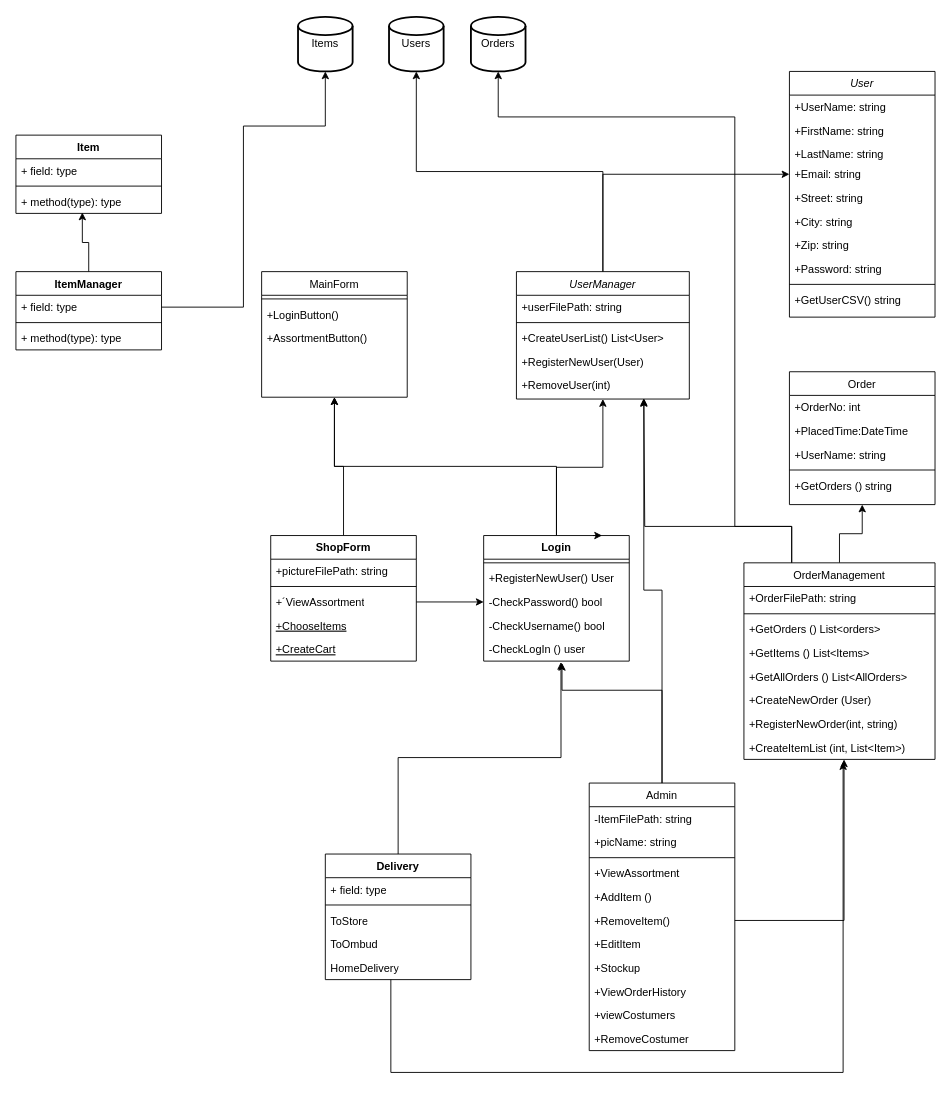
The draw.io diagram Klassschema/OnlineAffär.drawio in TobiasGoransson/SOS23Fashion, before the edit. Source tidied: cells renumbered, new cells numbered last; positions are measured from the earlier drawing's top-left corner, leaving out a move shared by most shapes. Both pictures are drawn from the tidied source at 91%, with x=0, y=0 at pixel (15, 16).
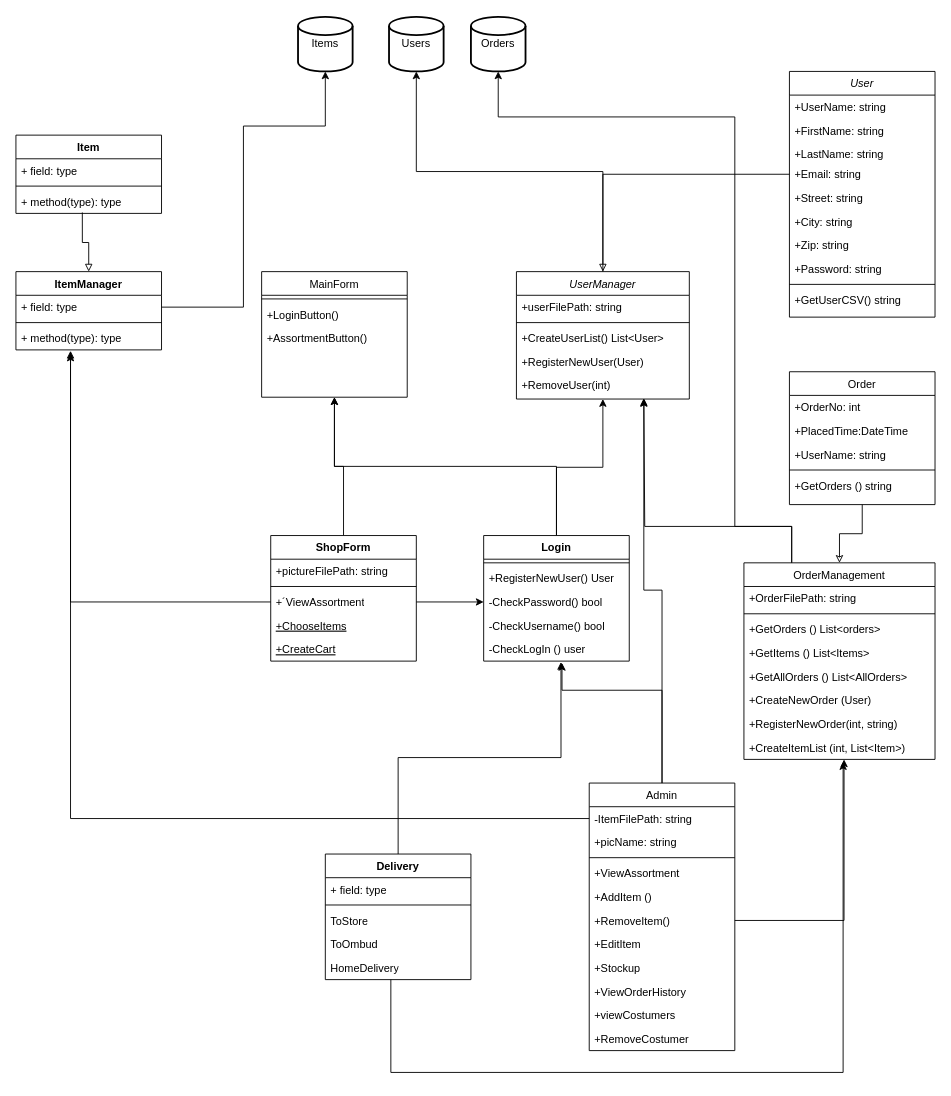
After the change.

The change refers to these unchanged cells:
```xml
<mxCell id="6" value="+Email: string" style="text;align=left;verticalAlign=top;spacingLeft=4;spacingRight=4;overflow=hidden;points=[[0,0.5],[1,0.5]];portConstraint=eastwest;rounded=0;shadow=0;html=0;" parent="2" vertex="1">
  <mxGeometry y="100" width="160" height="26" as="geometry" />
</mxCell>
<mxCell id="18" value="-ItemFilePath: string" style="text;align=left;verticalAlign=top;spacingLeft=4;spacingRight=4;overflow=hidden;points=[[0,0.5],[1,0.5]];portConstraint=eastwest;" parent="17" vertex="1">
  <mxGeometry y="26" width="160" height="26" as="geometry" />
</mxCell>
<mxCell id="31" value="OrderManagement" style="swimlane;fontStyle=0;align=center;verticalAlign=top;horizontal=1;startSize=26;rounded=0;shadow=0;strokeWidth=1;" parent="1" vertex="1">
  <mxGeometry x="800" y="600" width="210" height="216" as="geometry" />
</mxCell>
<mxCell id="50" value="+´ViewAssortment" style="text;strokeColor=none;fillColor=none;align=left;verticalAlign=top;spacingLeft=4;spacingRight=4;overflow=hidden;points=[[0,0.5],[1,0.5]];portConstraint=eastwest;whiteSpace=wrap;html=1;" parent="47" vertex="1">
  <mxGeometry y="60" width="160" height="26" as="geometry" />
</mxCell>
<mxCell id="53" value="Order" style="swimlane;fontStyle=0;align=center;verticalAlign=top;horizontal=1;startSize=26;rounded=0;shadow=0;strokeWidth=1;" parent="1" vertex="1">
  <mxGeometry x="850" y="390" width="160" height="146" as="geometry" />
</mxCell>
<mxCell id="60" value="UserManager" style="swimlane;fontStyle=2;align=center;verticalAlign=top;horizontal=1;startSize=26;rounded=0;shadow=0;strokeWidth=1;" parent="1" vertex="1">
  <mxGeometry x="550" y="280" width="190" height="140" as="geometry" />
</mxCell>
<mxCell id="68" value="Login" style="swimlane;fontStyle=1;align=center;verticalAlign=top;horizontal=1;startSize=26;whiteSpace=wrap;html=1;" parent="1" vertex="1">
  <mxGeometry x="514" y="570" width="160" height="138" as="geometry" />
</mxCell>
<mxCell id="89" value="+ method(type): type" style="text;strokeColor=none;fillColor=none;align=left;verticalAlign=top;spacingLeft=4;spacingRight=4;overflow=hidden;points=[[0,0.5],[1,0.5]];portConstraint=eastwest;whiteSpace=wrap;html=1;" parent="86" vertex="1">
  <mxGeometry y="60" width="160" height="26" as="geometry" />
</mxCell>
<mxCell id="90" value="ItemManager" style="swimlane;fontStyle=1;align=center;verticalAlign=top;horizontal=1;startSize=26;whiteSpace=wrap;html=1;" parent="1" vertex="1">
  <mxGeometry y="280" width="160" height="86" as="geometry" />
</mxCell>
<mxCell id="93" value="+ method(type): type" style="text;strokeColor=none;fillColor=none;align=left;verticalAlign=top;spacingLeft=4;spacingRight=4;overflow=hidden;points=[[0,0.5],[1,0.5]];portConstraint=eastwest;whiteSpace=wrap;html=1;" parent="90" vertex="1">
  <mxGeometry y="60" width="160" height="26" as="geometry" />
</mxCell>
```

Diff of the diagram source:
```diff
@@
-    <mxCell id="29" style="edgeStyle=orthogonalEdgeStyle;rounded=0;jettySize=auto;html=1;exitX=0.5;exitY=0;exitDx=0;exitDy=0;entryX=0.5;entryY=1;entryDx=0;entryDy=0;" parent="1" edge="1" source="31" target="53">
+    <mxCell id="29" style="edgeStyle=orthogonalEdgeStyle;rounded=0;jettySize=auto;html=1;exitX=0.5;exitY=0;exitDx=0;exitDy=0;entryX=0.5;entryY=1;entryDx=0;entryDy=0;endArrow=none;endFill=0;startArrow=classic;startFill=0;" parent="1" edge="1" source="31" target="53">
       <mxGeometry relative="1" as="geometry" />
     </mxCell>
@@
-    <mxCell id="59" style="edgeStyle=orthogonalEdgeStyle;rounded=0;jettySize=auto;html=1;exitX=0.5;exitY=0;exitDx=0;exitDy=0;entryX=0;entryY=0.5;entryDx=0;entryDy=0;" parent="1" edge="1" source="60" target="6">
+    <mxCell id="59" style="edgeStyle=orthogonalEdgeStyle;rounded=0;jettySize=auto;html=1;exitX=0.5;exitY=0;exitDx=0;exitDy=0;entryX=0;entryY=0.5;entryDx=0;entryDy=0;endArrow=none;endFill=0;startArrow=block;startFill=0;" parent="1" edge="1" source="60" target="6">
       <mxGeometry relative="1" as="geometry" />
     </mxCell>
@@
-    <mxCell id="74" style="edgeStyle=orthogonalEdgeStyle;rounded=0;orthogonalLoop=1;jettySize=auto;html=1;exitX=0.75;exitY=0;exitDx=0;exitDy=0;entryX=0.813;entryY=0;entryDx=0;entryDy=0;entryPerimeter=0;" parent="1" edge="1" source="68" target="68">
-      <mxGeometry relative="1" as="geometry" />
-    </mxCell>
@@
-    <mxCell id="95" style="edgeStyle=orthogonalEdgeStyle;rounded=0;jettySize=auto;html=1;exitX=0.5;exitY=0;exitDx=0;exitDy=0;entryX=0.456;entryY=0.962;entryDx=0;entryDy=0;entryPerimeter=0;" parent="1" edge="1" source="90" target="89">
+    <mxCell id="95" style="edgeStyle=orthogonalEdgeStyle;rounded=0;jettySize=auto;html=1;exitX=0.5;exitY=0;exitDx=0;exitDy=0;entryX=0.456;entryY=0.962;entryDx=0;entryDy=0;entryPerimeter=0;endArrow=none;endFill=0;startArrow=block;startFill=0;" parent="1" edge="1" source="90" target="89">
       <mxGeometry relative="1" as="geometry" />
     </mxCell>
+    <mxCell id="96" style="edgeStyle=orthogonalEdgeStyle;rounded=0;jettySize=auto;html=1;exitX=0;exitY=0.5;exitDx=0;exitDy=0;entryX=0.375;entryY=1.154;entryDx=0;entryDy=0;entryPerimeter=0;" parent="1" edge="1" source="18" target="93">
+      <mxGeometry relative="1" as="geometry">
+        <Array as="points">
+          <mxPoint x="60" y="881" />
+        </Array>
+      </mxGeometry>
+    </mxCell>
+    <mxCell id="97" style="edgeStyle=orthogonalEdgeStyle;rounded=0;jettySize=auto;html=1;exitX=0;exitY=0.5;exitDx=0;exitDy=0;entryX=0.375;entryY=1.038;entryDx=0;entryDy=0;entryPerimeter=0;" parent="1" edge="1" source="50" target="93">
+      <mxGeometry relative="1" as="geometry" />
+    </mxCell>
```
